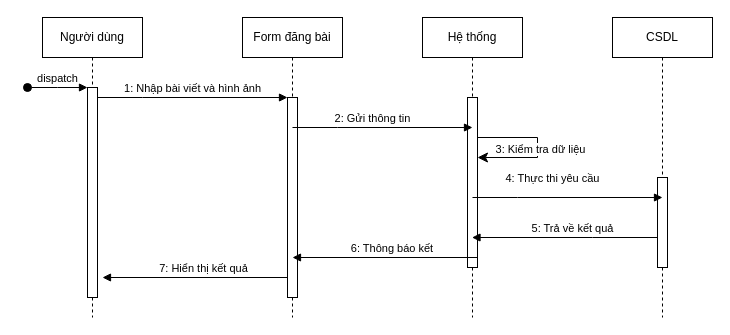
Earlier version of the draw.io diagram page "Đăng bài" (1 of 7) of Sequence diagram.drawio (Graphene101102/Mern-app-X). Source tidied: cells renumbered, new cells numbered last; positions are measured from the earlier drawing's top-left corner, leaving out a move shared by most shapes. Both pictures are drawn from the tidied source at 100%, with x=0, y=0 at pixel (27, 17).
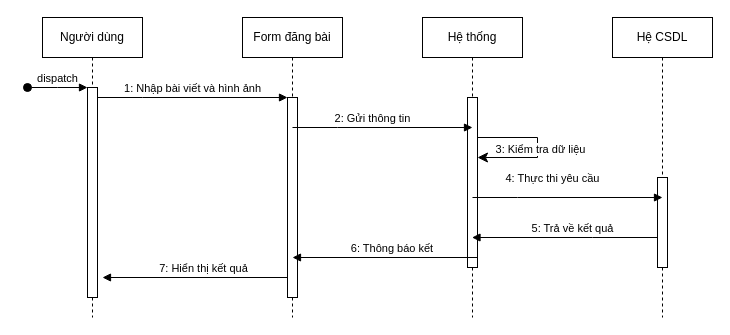
Above is the later version.

What changed in the source:
```diff
@@
-    <mxCell id="8" value="CSDL" style="shape=umlLifeline;perimeter=lifelinePerimeter;whiteSpace=wrap;html=1;newEdgeStyle={&quot;edgeStyle&quot;:&quot;elbowEdgeStyle&quot;,&quot;elbow&quot;:&quot;vertical&quot;,&quot;curved&quot;:0,&quot;rounded&quot;:0};" parent="1" vertex="1">
+    <mxCell id="8" value="Hệ CSDL" style="shape=umlLifeline;perimeter=lifelinePerimeter;whiteSpace=wrap;html=1;newEdgeStyle={&quot;edgeStyle&quot;:&quot;elbowEdgeStyle&quot;,&quot;elbow&quot;:&quot;vertical&quot;,&quot;curved&quot;:0,&quot;rounded&quot;:0};" parent="1" vertex="1">
       <mxGeometry x="585" width="100" height="300" as="geometry" />
     </mxCell>
```
